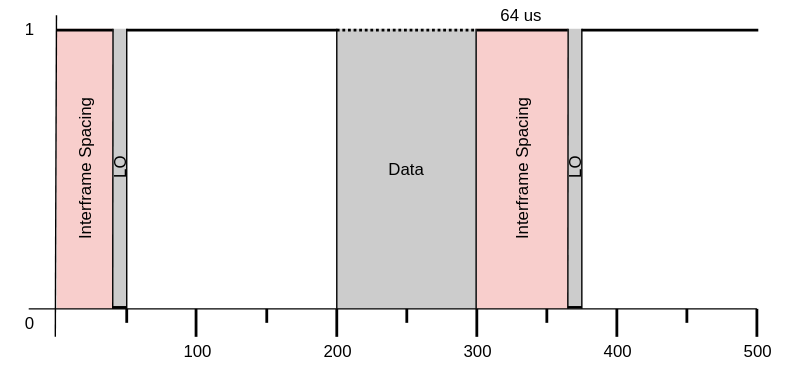
Above: images/interframe-spacing.svg in sabas1080/jacdac (draw.io), before the change. Source tidied: cells renumbered, new cells last; positions are measured from the earlier drawing's top-left corner, leaving out a move shared by most shapes. Source of this version:
```xml
<mxGraphModel>
  <root>
    <mxCell id="0" />
    <mxCell id="1" parent="0" />
    <mxCell id="2" value="Interframe Spacing" style="whiteSpace=wrap;html=1;dashed=1;dashPattern=1 1;fillColor=#f8cecc;strokeColor=none;gradientDirection=east;horizontal=0;labelBackgroundColor=none;" parent="1" vertex="1">
      <mxGeometry x="40" y="20" width="40" height="200" as="geometry" />
    </mxCell>
    <mxCell id="3" value="Interframe Spacing" style="whiteSpace=wrap;html=1;dashed=1;dashPattern=1 1;fillColor=#f8cecc;strokeColor=none;gradientDirection=east;horizontal=0;labelBackgroundColor=none;" parent="1" vertex="1">
      <mxGeometry x="339" y="20" width="66" height="200" as="geometry" />
    </mxCell>
    <mxCell id="4" value="LO" style="whiteSpace=wrap;html=1;dashed=1;dashPattern=1 1;fillColor=#CCCCCC;strokeColor=none;gradientColor=none;gradientDirection=north;horizontal=0;" parent="1" vertex="1">
      <mxGeometry x="80" y="20" width="10" height="200" as="geometry" />
    </mxCell>
    <mxCell id="5" value="Data" style="whiteSpace=wrap;html=1;dashed=1;dashPattern=1 1;fillColor=#CCCCCC;strokeColor=none;gradientColor=none;gradientDirection=north;" parent="1" vertex="1">
      <mxGeometry x="240" y="20" width="100" height="200" as="geometry" />
    </mxCell>
    <mxCell id="6" style="endArrow=none;html=1;exitX=1.021;exitY=0.021;exitPerimeter=0;" parent="1" edge="1">
      <mxGeometry relative="1" as="geometry">
        <mxPoint x="39.8" y="10.4" as="sourcePoint" />
        <mxPoint x="39" y="240" as="targetPoint" />
      </mxGeometry>
    </mxCell>
    <mxCell id="7" style="endArrow=none;html=1;" parent="1" edge="1">
      <mxGeometry relative="1" as="geometry">
        <mxPoint x="540" y="220" as="sourcePoint" />
        <mxPoint x="20" y="220" as="targetPoint" />
      </mxGeometry>
    </mxCell>
    <mxCell id="8" value="0&lt;br&gt;" style="text;html=1;strokeColor=none;fillColor=none;align=center;verticalAlign=middle;whiteSpace=wrap;rounded=0;" parent="1" vertex="1">
      <mxGeometry y="220" width="40" height="20" as="geometry" />
    </mxCell>
    <mxCell id="9" value="1&lt;br&gt;" style="text;html=1;strokeColor=none;fillColor=none;align=center;verticalAlign=middle;whiteSpace=wrap;rounded=0;" parent="1" vertex="1">
      <mxGeometry y="10" width="40" height="20" as="geometry" />
    </mxCell>
    <mxCell id="10" style="line;strokeWidth=2;html=1;" parent="1" vertex="1">
      <mxGeometry x="40" y="16" width="40" height="10" as="geometry" />
    </mxCell>
    <mxCell id="11" style="line;strokeWidth=2;html=1;" parent="1" vertex="1">
      <mxGeometry x="80" y="214" width="10" height="10" as="geometry" />
    </mxCell>
    <mxCell id="12" style="line;strokeWidth=2;html=1;" parent="1" vertex="1">
      <mxGeometry x="90" y="16" width="150" height="10" as="geometry" />
    </mxCell>
    <mxCell id="13" style="endArrow=none;html=1;entryX=1;entryY=0.5;entryPerimeter=0;" parent="1" edge="1">
      <mxGeometry relative="1" as="geometry">
        <mxPoint x="240" y="220" as="sourcePoint" />
        <mxPoint x="240" y="20" as="targetPoint" />
      </mxGeometry>
    </mxCell>
    <mxCell id="14" style="endArrow=none;html=1;" parent="1" edge="1">
      <mxGeometry relative="1" as="geometry">
        <mxPoint x="240" y="220" as="sourcePoint" />
        <mxPoint x="240" y="220" as="targetPoint" />
      </mxGeometry>
    </mxCell>
    <mxCell id="15" style="line;strokeWidth=2;html=1;dashed=1;dashPattern=1 1;" parent="1" vertex="1">
      <mxGeometry x="240" y="16" width="100" height="10" as="geometry" />
    </mxCell>
    <mxCell id="16" style="endArrow=none;html=1;entryX=1;entryY=0.5;entryPerimeter=0;" parent="1" edge="1">
      <mxGeometry relative="1" as="geometry">
        <mxPoint x="80" y="220" as="sourcePoint" />
        <mxPoint x="80.2" y="20" as="targetPoint" />
      </mxGeometry>
    </mxCell>
    <mxCell id="17" style="endArrow=none;html=1;entryX=1;entryY=0.5;entryPerimeter=0;" parent="1" edge="1">
      <mxGeometry relative="1" as="geometry">
        <mxPoint x="90" y="220" as="sourcePoint" />
        <mxPoint x="90" y="20" as="targetPoint" />
      </mxGeometry>
    </mxCell>
    <mxCell id="18" style="endArrow=none;html=1;strokeWidth=2;" parent="1" edge="1">
      <mxGeometry relative="1" as="geometry">
        <mxPoint x="139.5" y="240" as="sourcePoint" />
        <mxPoint x="139.5" y="220" as="targetPoint" />
      </mxGeometry>
    </mxCell>
    <mxCell id="19" value="100&lt;br&gt;" style="text;html=1;strokeColor=none;fillColor=none;align=center;verticalAlign=middle;whiteSpace=wrap;rounded=0;dashed=1;dashPattern=1 1;" parent="1" vertex="1">
      <mxGeometry x="120" y="240" width="40" height="20" as="geometry" />
    </mxCell>
    <mxCell id="20" style="endArrow=none;html=1;strokeWidth=2;" parent="1" edge="1">
      <mxGeometry relative="1" as="geometry">
        <mxPoint x="90" y="220" as="sourcePoint" />
        <mxPoint x="90" y="230" as="targetPoint" />
      </mxGeometry>
    </mxCell>
    <mxCell id="21" style="endArrow=none;html=1;strokeWidth=2;" parent="1" edge="1">
      <mxGeometry relative="1" as="geometry">
        <mxPoint x="190" y="220" as="sourcePoint" />
        <mxPoint x="190" y="230" as="targetPoint" />
      </mxGeometry>
    </mxCell>
    <mxCell id="22" style="endArrow=none;html=1;strokeWidth=2;" parent="1" edge="1">
      <mxGeometry relative="1" as="geometry">
        <mxPoint x="240" y="240" as="sourcePoint" />
        <mxPoint x="240" y="220" as="targetPoint" />
      </mxGeometry>
    </mxCell>
    <mxCell id="23" value="300&lt;br&gt;" style="text;html=1;strokeColor=none;fillColor=none;align=center;verticalAlign=middle;whiteSpace=wrap;rounded=0;dashed=1;dashPattern=1 1;" parent="1" vertex="1">
      <mxGeometry x="320" y="240" width="40" height="20" as="geometry" />
    </mxCell>
    <mxCell id="24" style="endArrow=none;html=1;strokeWidth=2;" parent="1" edge="1">
      <mxGeometry relative="1" as="geometry">
        <mxPoint x="290" y="220" as="sourcePoint" />
        <mxPoint x="290" y="230" as="targetPoint" />
      </mxGeometry>
    </mxCell>
    <mxCell id="25" style="endArrow=none;html=1;strokeWidth=2;" parent="1" edge="1">
      <mxGeometry relative="1" as="geometry">
        <mxPoint x="340" y="240" as="sourcePoint" />
        <mxPoint x="340" y="220" as="targetPoint" />
      </mxGeometry>
    </mxCell>
    <mxCell id="26" value="200&lt;br&gt;" style="text;html=1;strokeColor=none;fillColor=none;align=center;verticalAlign=middle;whiteSpace=wrap;rounded=0;dashed=1;dashPattern=1 1;" parent="1" vertex="1">
      <mxGeometry x="220" y="240" width="40" height="20" as="geometry" />
    </mxCell>
    <mxCell id="27" style="endArrow=none;html=1;strokeWidth=2;" parent="1" edge="1">
      <mxGeometry relative="1" as="geometry">
        <mxPoint x="390" y="220" as="sourcePoint" />
        <mxPoint x="390" y="230" as="targetPoint" />
      </mxGeometry>
    </mxCell>
    <mxCell id="28" style="endArrow=none;html=1;strokeWidth=2;" parent="1" edge="1">
      <mxGeometry relative="1" as="geometry">
        <mxPoint x="440" y="240" as="sourcePoint" />
        <mxPoint x="440" y="220" as="targetPoint" />
      </mxGeometry>
    </mxCell>
    <mxCell id="29" value="500&lt;br&gt;" style="text;html=1;strokeColor=none;fillColor=none;align=center;verticalAlign=middle;whiteSpace=wrap;rounded=0;dashed=1;dashPattern=1 1;" parent="1" vertex="1">
      <mxGeometry x="520" y="240" width="40" height="20" as="geometry" />
    </mxCell>
    <mxCell id="30" style="endArrow=none;html=1;strokeWidth=2;" parent="1" edge="1">
      <mxGeometry relative="1" as="geometry">
        <mxPoint x="490" y="220" as="sourcePoint" />
        <mxPoint x="490" y="230" as="targetPoint" />
      </mxGeometry>
    </mxCell>
    <mxCell id="31" style="endArrow=none;html=1;strokeWidth=2;" parent="1" edge="1">
      <mxGeometry relative="1" as="geometry">
        <mxPoint x="540" y="240" as="sourcePoint" />
        <mxPoint x="540" y="220" as="targetPoint" />
      </mxGeometry>
    </mxCell>
    <mxCell id="32" value="400&lt;br&gt;" style="text;html=1;strokeColor=none;fillColor=none;align=center;verticalAlign=middle;whiteSpace=wrap;rounded=0;dashed=1;dashPattern=1 1;" parent="1" vertex="1">
      <mxGeometry x="420" y="240" width="40" height="20" as="geometry" />
    </mxCell>
    <mxCell id="33" style="endArrow=none;html=1;entryX=1;entryY=0.5;entryPerimeter=0;" parent="1" edge="1">
      <mxGeometry relative="1" as="geometry">
        <mxPoint x="339.5" y="220" as="sourcePoint" />
        <mxPoint x="339.5" y="20" as="targetPoint" />
      </mxGeometry>
    </mxCell>
    <mxCell id="34" style="line;strokeWidth=2;html=1;" parent="1" vertex="1">
      <mxGeometry x="340" y="16" width="65" height="10" as="geometry" />
    </mxCell>
    <mxCell id="35" value="LO" style="whiteSpace=wrap;html=1;dashed=1;dashPattern=1 1;fillColor=#CCCCCC;strokeColor=none;gradientColor=none;gradientDirection=north;horizontal=0;" parent="1" vertex="1">
      <mxGeometry x="405" y="20" width="10" height="200" as="geometry" />
    </mxCell>
    <mxCell id="36" style="line;strokeWidth=2;html=1;" parent="1" vertex="1">
      <mxGeometry x="405" y="214" width="10" height="10" as="geometry" />
    </mxCell>
    <mxCell id="37" style="endArrow=none;html=1;entryX=1;entryY=0.5;entryPerimeter=0;" parent="1" edge="1">
      <mxGeometry relative="1" as="geometry">
        <mxPoint x="405" y="220" as="sourcePoint" />
        <mxPoint x="405.2" y="20" as="targetPoint" />
      </mxGeometry>
    </mxCell>
    <mxCell id="38" style="endArrow=none;html=1;entryX=1;entryY=0.5;entryPerimeter=0;" parent="1" edge="1">
      <mxGeometry relative="1" as="geometry">
        <mxPoint x="415" y="220" as="sourcePoint" />
        <mxPoint x="415" y="20" as="targetPoint" />
      </mxGeometry>
    </mxCell>
    <mxCell id="39" style="line;strokeWidth=2;html=1;" parent="1" vertex="1">
      <mxGeometry x="415" y="16" width="126" height="10" as="geometry" />
    </mxCell>
    <mxCell id="40" value="64 us" style="text;html=1;strokeColor=none;fillColor=none;align=center;verticalAlign=middle;whiteSpace=wrap;rounded=0;" parent="1" vertex="1">
      <mxGeometry x="352" width="40" height="20" as="geometry" />
    </mxCell>
  </root>
</mxGraphModel>
```
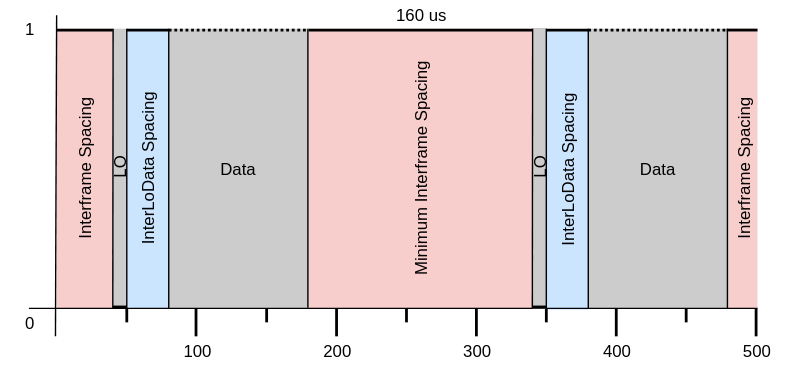
The same file after the commit.

The edit, as a diff of the source:
```diff
@@ -1,18 +1,30 @@
-<mxGraphModel>
+<mxGraphModel background="#ffffff">
   <root>
     <mxCell id="0" />
     <mxCell id="1" parent="0" />
+    <mxCell id="41" value="InterLoData Spacing&lt;br&gt;" style="whiteSpace=wrap;html=1;dashed=1;dashPattern=1 1;fillColor=#cce5ff;strokeColor=none;gradientDirection=east;horizontal=0;labelBackgroundColor=none;" parent="1" vertex="1">
+      <mxGeometry x="90" y="20" width="30" height="200" as="geometry" />
+    </mxCell>
+    <mxCell id="42" value="InterLoData Spacing&lt;br&gt;" style="whiteSpace=wrap;html=1;dashed=1;dashPattern=1 1;fillColor=#cce5ff;strokeColor=none;gradientDirection=east;horizontal=0;labelBackgroundColor=none;" parent="1" vertex="1">
+      <mxGeometry x="390" y="21" width="30" height="200" as="geometry" />
+    </mxCell>
+    <mxCell id="43" value="Interframe Spacing" style="whiteSpace=wrap;html=1;dashed=1;dashPattern=1 1;fillColor=#f8cecc;strokeColor=none;gradientDirection=east;horizontal=0;labelBackgroundColor=none;" parent="1" vertex="1">
+      <mxGeometry x="520" y="20" width="21" height="200" as="geometry" />
+    </mxCell>
+    <mxCell id="44" value="Data" style="whiteSpace=wrap;html=1;dashed=1;dashPattern=1 1;fillColor=#CCCCCC;strokeColor=none;gradientColor=none;gradientDirection=north;" parent="1" vertex="1">
+      <mxGeometry x="420" y="20" width="100" height="200" as="geometry" />
+    </mxCell>
     <mxCell id="2" value="Interframe Spacing" style="whiteSpace=wrap;html=1;dashed=1;dashPattern=1 1;fillColor=#f8cecc;strokeColor=none;gradientDirection=east;horizontal=0;labelBackgroundColor=none;" parent="1" vertex="1">
       <mxGeometry x="40" y="20" width="40" height="200" as="geometry" />
     </mxCell>
-    <mxCell id="3" value="Interframe Spacing" style="whiteSpace=wrap;html=1;dashed=1;dashPattern=1 1;fillColor=#f8cecc;strokeColor=none;gradientDirection=east;horizontal=0;labelBackgroundColor=none;" parent="1" vertex="1">
-      <mxGeometry x="339" y="20" width="66" height="200" as="geometry" />
+    <mxCell id="3" value="Minimum Interframe Spacing" style="whiteSpace=wrap;html=1;dashed=1;dashPattern=1 1;fillColor=#f8cecc;strokeColor=none;gradientDirection=east;horizontal=0;labelBackgroundColor=none;" parent="1" vertex="1">
+      <mxGeometry x="220" y="20" width="160" height="200" as="geometry" />
     </mxCell>
     <mxCell id="4" value="LO" style="whiteSpace=wrap;html=1;dashed=1;dashPattern=1 1;fillColor=#CCCCCC;strokeColor=none;gradientColor=none;gradientDirection=north;horizontal=0;" parent="1" vertex="1">
       <mxGeometry x="80" y="20" width="10" height="200" as="geometry" />
     </mxCell>
     <mxCell id="5" value="Data" style="whiteSpace=wrap;html=1;dashed=1;dashPattern=1 1;fillColor=#CCCCCC;strokeColor=none;gradientColor=none;gradientDirection=north;" parent="1" vertex="1">
-      <mxGeometry x="240" y="20" width="100" height="200" as="geometry" />
+      <mxGeometry x="120" y="20" width="100" height="200" as="geometry" />
     </mxCell>
     <mxCell id="6" style="endArrow=none;html=1;exitX=1.021;exitY=0.021;exitPerimeter=0;" parent="1" edge="1">
       <mxGeometry relative="1" as="geometry">
@@ -22,7 +34,7 @@
     </mxCell>
     <mxCell id="7" style="endArrow=none;html=1;" parent="1" edge="1">
       <mxGeometry relative="1" as="geometry">
-        <mxPoint x="540" y="220" as="sourcePoint" />
+        <mxPoint x="541" y="220" as="sourcePoint" />
         <mxPoint x="20" y="220" as="targetPoint" />
       </mxGeometry>
     </mxCell>
@@ -39,22 +51,22 @@
       <mxGeometry x="80" y="214" width="10" height="10" as="geometry" />
     </mxCell>
     <mxCell id="12" style="line;strokeWidth=2;html=1;" parent="1" vertex="1">
-      <mxGeometry x="90" y="16" width="150" height="10" as="geometry" />
+      <mxGeometry x="90" y="16" width="30" height="10" as="geometry" />
     </mxCell>
-    <mxCell id="13" style="endArrow=none;html=1;entryX=1;entryY=0.5;entryPerimeter=0;" parent="1" edge="1">
+    <mxCell id="13" style="endArrow=none;html=1;" parent="1" edge="1">
       <mxGeometry relative="1" as="geometry">
-        <mxPoint x="240" y="220" as="sourcePoint" />
-        <mxPoint x="240" y="20" as="targetPoint" />
+        <mxPoint x="120" y="220.5" as="sourcePoint" />
+        <mxPoint x="120" y="20" as="targetPoint" />
       </mxGeometry>
     </mxCell>
     <mxCell id="14" style="endArrow=none;html=1;" parent="1" edge="1">
       <mxGeometry relative="1" as="geometry">
-        <mxPoint x="240" y="220" as="sourcePoint" />
-        <mxPoint x="240" y="220" as="targetPoint" />
+        <mxPoint x="120" y="219.5" as="sourcePoint" />
+        <mxPoint x="120" y="219.5" as="targetPoint" />
       </mxGeometry>
     </mxCell>
     <mxCell id="15" style="line;strokeWidth=2;html=1;dashed=1;dashPattern=1 1;" parent="1" vertex="1">
-      <mxGeometry x="240" y="16" width="100" height="10" as="geometry" />
+      <mxGeometry x="120" y="16" width="100" height="10" as="geometry" />
     </mxCell>
     <mxCell id="16" style="endArrow=none;html=1;entryX=1;entryY=0.5;entryPerimeter=0;" parent="1" edge="1">
       <mxGeometry relative="1" as="geometry">
@@ -145,36 +157,51 @@
     </mxCell>
     <mxCell id="33" style="endArrow=none;html=1;entryX=1;entryY=0.5;entryPerimeter=0;" parent="1" edge="1">
       <mxGeometry relative="1" as="geometry">
-        <mxPoint x="339.5" y="220" as="sourcePoint" />
-        <mxPoint x="339.5" y="20" as="targetPoint" />
+        <mxPoint x="219.5" y="219.5" as="sourcePoint" />
+        <mxPoint x="219.5" y="20" as="targetPoint" />
       </mxGeometry>
     </mxCell>
     <mxCell id="34" style="line;strokeWidth=2;html=1;" parent="1" vertex="1">
-      <mxGeometry x="340" y="16" width="65" height="10" as="geometry" />
+      <mxGeometry x="220" y="16" width="200" height="10" as="geometry" />
     </mxCell>
     <mxCell id="35" value="LO" style="whiteSpace=wrap;html=1;dashed=1;dashPattern=1 1;fillColor=#CCCCCC;strokeColor=none;gradientColor=none;gradientDirection=north;horizontal=0;" parent="1" vertex="1">
-      <mxGeometry x="405" y="20" width="10" height="200" as="geometry" />
+      <mxGeometry x="380" y="20" width="10" height="200" as="geometry" />
     </mxCell>
     <mxCell id="36" style="line;strokeWidth=2;html=1;" parent="1" vertex="1">
-      <mxGeometry x="405" y="214" width="10" height="10" as="geometry" />
+      <mxGeometry x="380" y="214" width="10" height="10" as="geometry" />
     </mxCell>
     <mxCell id="37" style="endArrow=none;html=1;entryX=1;entryY=0.5;entryPerimeter=0;" parent="1" edge="1">
       <mxGeometry relative="1" as="geometry">
-        <mxPoint x="405" y="220" as="sourcePoint" />
-        <mxPoint x="405.2" y="20" as="targetPoint" />
+        <mxPoint x="380" y="220" as="sourcePoint" />
+        <mxPoint x="380.2" y="20" as="targetPoint" />
       </mxGeometry>
     </mxCell>
     <mxCell id="38" style="endArrow=none;html=1;entryX=1;entryY=0.5;entryPerimeter=0;" parent="1" edge="1">
       <mxGeometry relative="1" as="geometry">
-        <mxPoint x="415" y="220" as="sourcePoint" />
-        <mxPoint x="415" y="20" as="targetPoint" />
+        <mxPoint x="390" y="220" as="sourcePoint" />
+        <mxPoint x="390" y="20" as="targetPoint" />
       </mxGeometry>
     </mxCell>
-    <mxCell id="39" style="line;strokeWidth=2;html=1;" parent="1" vertex="1">
-      <mxGeometry x="415" y="16" width="126" height="10" as="geometry" />
-    </mxCell>
-    <mxCell id="40" value="64 us" style="text;html=1;strokeColor=none;fillColor=none;align=center;verticalAlign=middle;whiteSpace=wrap;rounded=0;" parent="1" vertex="1">
-      <mxGeometry x="352" width="40" height="20" as="geometry" />
+    <mxCell id="40" value="160 us" style="text;html=1;strokeColor=none;fillColor=none;align=center;verticalAlign=middle;whiteSpace=wrap;rounded=0;" parent="1" vertex="1">
+      <mxGeometry x="280" width="40" height="20" as="geometry" />
     </mxCell>
+    <mxCell id="45" style="endArrow=none;html=1;entryX=1;entryY=0.5;entryPerimeter=0;" parent="1" edge="1">
+      <mxGeometry relative="1" as="geometry">
+        <mxPoint x="420" y="220.5" as="sourcePoint" />
+        <mxPoint x="420" y="20" as="targetPoint" />
+      </mxGeometry>
+    </mxCell>
+    <mxCell id="46" style="line;strokeWidth=2;html=1;dashed=1;dashPattern=1 1;" parent="1" vertex="1">
+      <mxGeometry x="420" y="16" width="100" height="10" as="geometry" />
+    </mxCell>
+    <mxCell id="47" style="endArrow=none;html=1;entryX=1;entryY=0.5;entryPerimeter=0;" parent="1" edge="1">
+      <mxGeometry relative="1" as="geometry">
+        <mxPoint x="519.5" y="220.5" as="sourcePoint" />
+        <mxPoint x="519.5" y="20" as="targetPoint" />
+      </mxGeometry>
+    </mxCell>
+    <mxCell id="48" style="line;strokeWidth=2;html=1;" parent="1" vertex="1">
+      <mxGeometry x="519" y="16" width="22" height="10" as="geometry" />
+    </mxCell>
   </root>
 </mxGraphModel>
```
